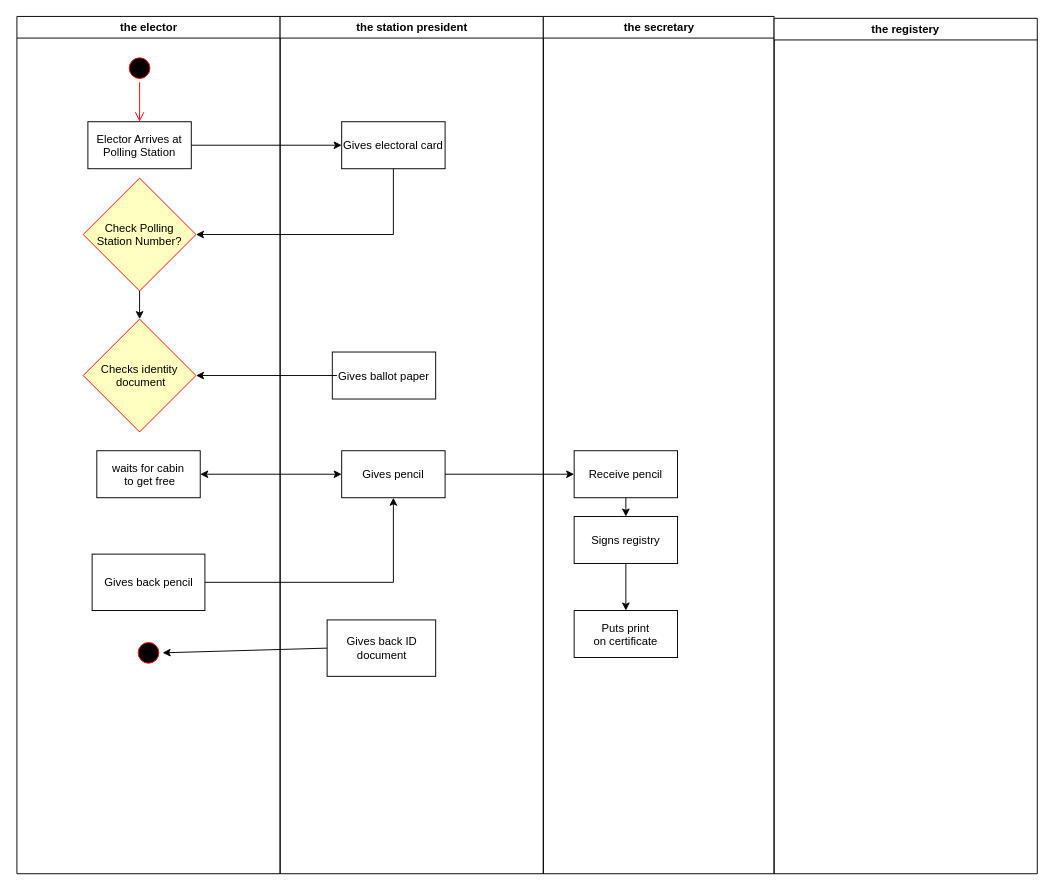
Above: Untitled Diagram.drawio in divinecia/Now (draw.io), before the change. Source tidied: cells renumbered, new cells numbered last; positions are measured from the earlier drawing's top-left corner, leaving out a move shared by most shapes. Both pictures are drawn from the tidied source at 94%, with x=0, y=0 at pixel (16, 16).
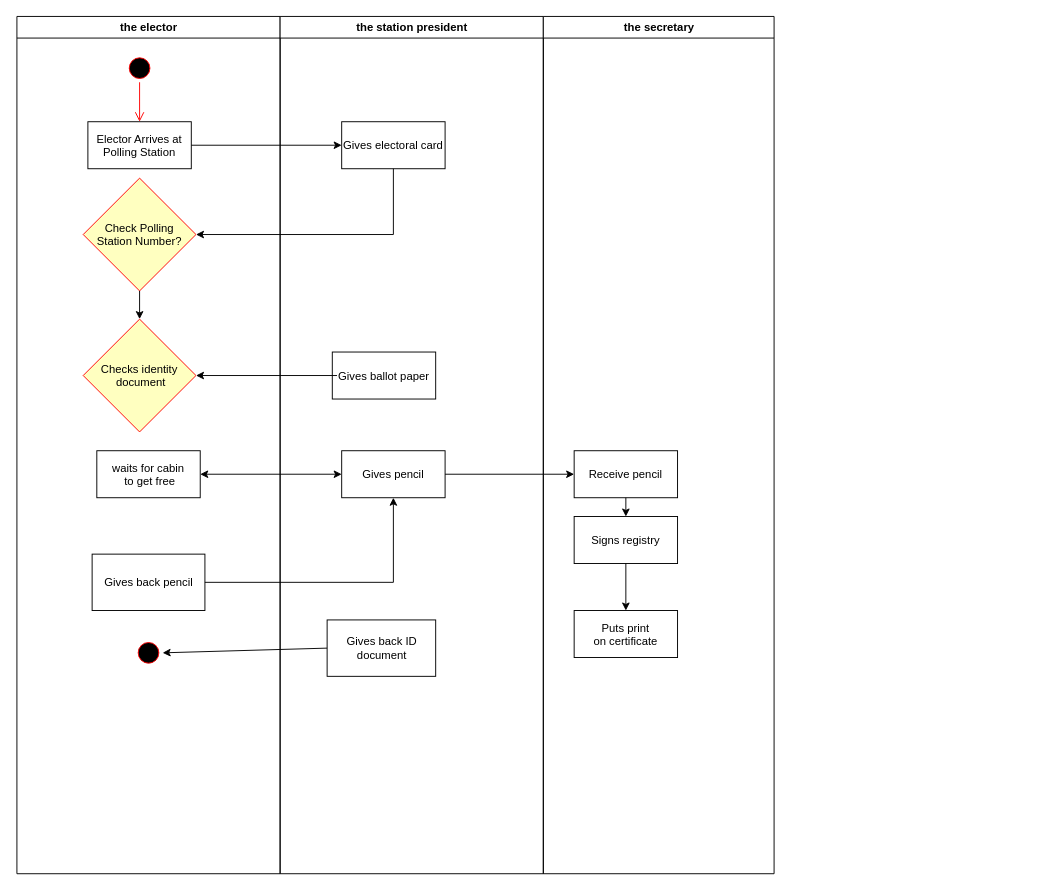
The same page after the edit.

The edit, as a diff of the source:
```diff
@@
-    <mxCell id="28" value="the registery" style="swimlane;whiteSpace=wrap;" parent="1" vertex="1">
-      <mxGeometry x="806" y="2" width="280" height="910" as="geometry" />
-    </mxCell>
```
